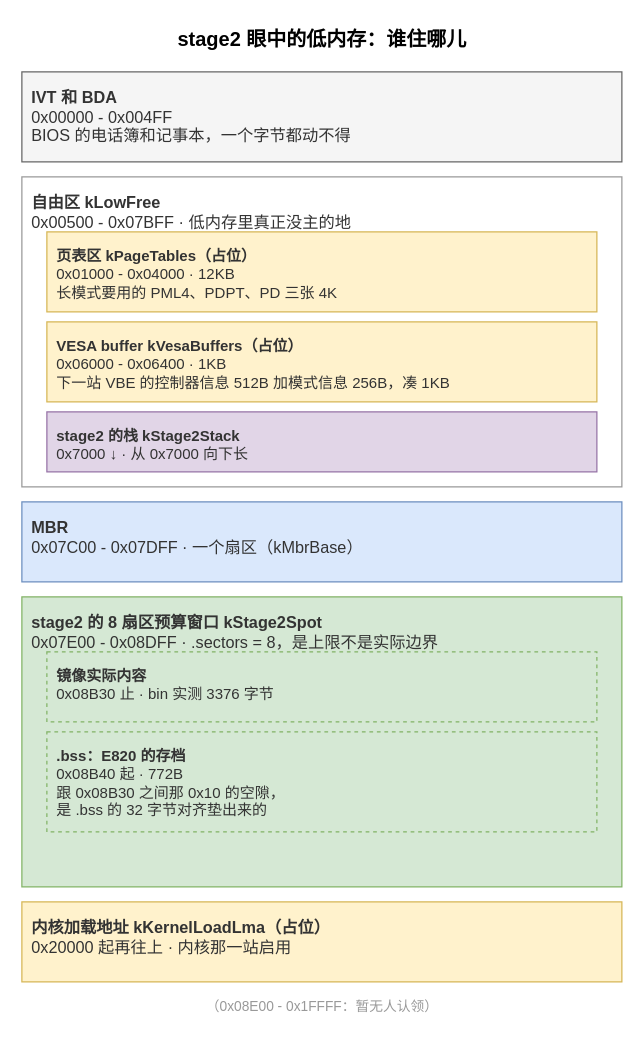
Above: document/journey/02-e820/assets/stage2-memory-map.drawio in Awesome-Embedded-Learning-Studio/Cinux-Book (draw.io), before the change. Source tidied: cells renumbered, new cells numbered last; positions are measured from the earlier drawing's top-left corner, leaving out a move shared by most shapes. Both pictures are drawn from the tidied source at 125%, with x=0, y=0 at pixel (21, 21).
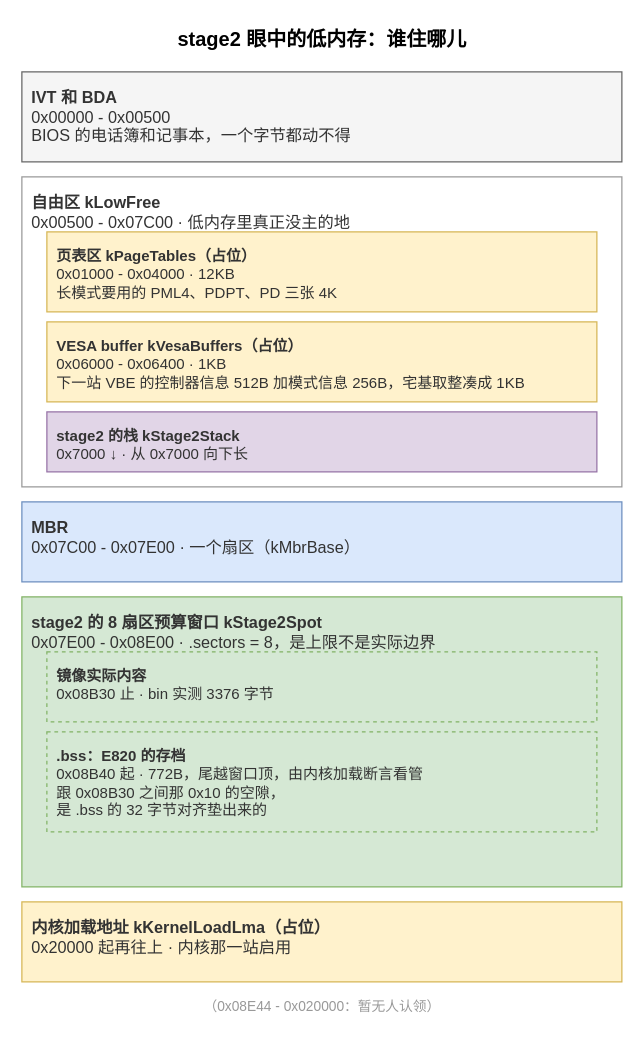
After the change.

The edit, as a diff of the source:
```diff
@@
 <mxGraphModel>
   <root>
     <mxCell id="0" />
     <mxCell id="1" parent="0" />
     <mxCell id="2" value="stage2 眼中的低内存：谁住哪儿" style="text;html=1;align=center;verticalAlign=middle;fontSize=16;fontStyle=1;" parent="1" vertex="1">
       <mxGeometry width="480" height="28" as="geometry" />
     </mxCell>
-    <mxCell id="3" value="&lt;b&gt;IVT 和 BDA&lt;/b&gt;&lt;br&gt;0x00000 - 0x004FF&lt;br&gt;BIOS 的电话簿和记事本，一个字节都动不得" style="rounded=0;whiteSpace=wrap;html=1;fillColor=#f5f5f5;strokeColor=#666666;align=left;verticalAlign=top;spacing=8;fontSize=13;fontColor=#333333;" parent="1" vertex="1">
+    <mxCell id="3" value="&lt;b&gt;IVT 和 BDA&lt;/b&gt;&lt;br&gt;0x00000 - 0x00500&lt;br&gt;BIOS 的电话簿和记事本，一个字节都动不得" style="rounded=0;whiteSpace=wrap;html=1;fillColor=#f5f5f5;strokeColor=#666666;align=left;verticalAlign=top;spacing=8;fontSize=13;fontColor=#333333;" parent="1" vertex="1">
       <mxGeometry y="40" width="480" height="72" as="geometry" />
     </mxCell>
-    <mxCell id="4" value="&lt;b&gt;自由区 kLowFree&lt;/b&gt;&lt;br&gt;0x00500 - 0x07BFF · 低内存里真正没主的地" style="rounded=0;whiteSpace=wrap;html=1;fillColor=#ffffff;strokeColor=#999999;align=left;verticalAlign=top;spacing=8;fontSize=13;fontColor=#333333;" parent="1" vertex="1">
+    <mxCell id="4" value="&lt;b&gt;自由区 kLowFree&lt;/b&gt;&lt;br&gt;0x00500 - 0x07C00 · 低内存里真正没主的地" style="rounded=0;whiteSpace=wrap;html=1;fillColor=#ffffff;strokeColor=#999999;align=left;verticalAlign=top;spacing=8;fontSize=13;fontColor=#333333;" parent="1" vertex="1">
       <mxGeometry y="124" width="480" height="248" as="geometry" />
     </mxCell>
     <mxCell id="5" value="&lt;b&gt;页表区 kPageTables（占位）&lt;/b&gt;&lt;br&gt;0x01000 - 0x04000 · 12KB&lt;br&gt;长模式要用的 PML4、PDPT、PD 三张 4K" style="rounded=0;whiteSpace=wrap;html=1;fillColor=#fff2cc;strokeColor=#d6b656;align=left;verticalAlign=top;spacing=8;fontSize=12;fontColor=#333333;" parent="1" vertex="1">
       <mxGeometry x="20" y="168" width="440" height="64" as="geometry" />
     </mxCell>
-    <mxCell id="6" value="&lt;b&gt;VESA buffer kVesaBuffers（占位）&lt;/b&gt;&lt;br&gt;0x06000 - 0x06400 · 1KB&lt;br&gt;下一站 VBE 的控制器信息 512B 加模式信息 256B，凑 1KB" style="rounded=0;whiteSpace=wrap;html=1;fillColor=#fff2cc;strokeColor=#d6b656;align=left;verticalAlign=top;spacing=8;fontSize=12;fontColor=#333333;" parent="1" vertex="1">
+    <mxCell id="6" value="&lt;b&gt;VESA buffer kVesaBuffers（占位）&lt;/b&gt;&lt;br&gt;0x06000 - 0x06400 · 1KB&lt;br&gt;下一站 VBE 的控制器信息 512B 加模式信息 256B，宅基取整凑成 1KB" style="rounded=0;whiteSpace=wrap;html=1;fillColor=#fff2cc;strokeColor=#d6b656;align=left;verticalAlign=top;spacing=8;fontSize=12;fontColor=#333333;" parent="1" vertex="1">
       <mxGeometry x="20" y="240" width="440" height="64" as="geometry" />
     </mxCell>
     <mxCell id="7" value="&lt;b&gt;stage2 的栈 kStage2Stack&lt;/b&gt;&lt;br&gt;0x7000 ↓ · 从 0x7000 向下长" style="rounded=0;whiteSpace=wrap;html=1;fillColor=#e1d5e7;strokeColor=#9673a6;align=left;verticalAlign=top;spacing=8;fontSize=12;fontColor=#333333;" parent="1" vertex="1">
       <mxGeometry x="20" y="312" width="440" height="48" as="geometry" />
     </mxCell>
-    <mxCell id="8" value="&lt;b&gt;MBR&lt;/b&gt;&lt;br&gt;0x07C00 - 0x07DFF · 一个扇区（kMbrBase）" style="rounded=0;whiteSpace=wrap;html=1;fillColor=#dae8fc;strokeColor=#6c8ebf;align=left;verticalAlign=top;spacing=8;fontSize=13;fontColor=#333333;" parent="1" vertex="1">
+    <mxCell id="8" value="&lt;b&gt;MBR&lt;/b&gt;&lt;br&gt;0x07C00 - 0x07E00 · 一个扇区（kMbrBase）" style="rounded=0;whiteSpace=wrap;html=1;fillColor=#dae8fc;strokeColor=#6c8ebf;align=left;verticalAlign=top;spacing=8;fontSize=13;fontColor=#333333;" parent="1" vertex="1">
       <mxGeometry y="384" width="480" height="64" as="geometry" />
     </mxCell>
-    <mxCell id="9" value="&lt;b&gt;stage2 的 8 扇区预算窗口 kStage2Spot&lt;/b&gt;&lt;br&gt;0x07E00 - 0x08DFF · .sectors = 8，是上限不是实际边界" style="rounded=0;whiteSpace=wrap;html=1;fillColor=#d5e8d4;strokeColor=#82b366;align=left;verticalAlign=top;spacing=8;fontSize=13;fontColor=#333333;" parent="1" vertex="1">
+    <mxCell id="9" value="&lt;b&gt;stage2 的 8 扇区预算窗口 kStage2Spot&lt;/b&gt;&lt;br&gt;0x07E00 - 0x08E00 · .sectors = 8，是上限不是实际边界" style="rounded=0;whiteSpace=wrap;html=1;fillColor=#d5e8d4;strokeColor=#82b366;align=left;verticalAlign=top;spacing=8;fontSize=13;fontColor=#333333;" parent="1" vertex="1">
       <mxGeometry y="460" width="480" height="232" as="geometry" />
     </mxCell>
     <mxCell id="10" value="&lt;b&gt;镜像实际内容&lt;/b&gt;&lt;br&gt;0x08B30 止 · bin 实测 3376 字节" style="rounded=0;whiteSpace=wrap;html=1;fillColor=#d5e8d4;strokeColor=#82b366;align=left;verticalAlign=top;spacing=8;fontSize=12;fontColor=#333333;dashed=1;" parent="1" vertex="1">
       <mxGeometry x="20" y="504" width="440" height="56" as="geometry" />
     </mxCell>
-    <mxCell id="11" value="&lt;b&gt;.bss：E820 的存档&lt;/b&gt;&lt;br&gt;0x08B40 起 · 772B&lt;br&gt;跟 0x08B30 之间那 0x10 的空隙，&lt;br&gt;是 .bss 的 32 字节对齐垫出来的" style="rounded=0;whiteSpace=wrap;html=1;fillColor=#d5e8d4;strokeColor=#82b366;align=left;verticalAlign=top;spacing=8;fontSize=12;fontColor=#333333;dashed=1;" parent="1" vertex="1">
+    <mxCell id="11" value="&lt;b&gt;.bss：E820 的存档&lt;/b&gt;&lt;br&gt;0x08B40 起 · 772B，尾越窗口顶，由内核加载断言看管&lt;br&gt;跟 0x08B30 之间那 0x10 的空隙，&lt;br&gt;是 .bss 的 32 字节对齐垫出来的" style="rounded=0;whiteSpace=wrap;html=1;fillColor=#d5e8d4;strokeColor=#82b366;align=left;verticalAlign=top;spacing=8;fontSize=12;fontColor=#333333;dashed=1;" parent="1" vertex="1">
       <mxGeometry x="20" y="568" width="440" height="80" as="geometry" />
     </mxCell>
     <mxCell id="12" value="&lt;b&gt;内核加载地址 kKernelLoadLma（占位）&lt;/b&gt;&lt;br&gt;0x20000 起再往上 · 内核那一站启用" style="rounded=0;whiteSpace=wrap;html=1;fillColor=#fff2cc;strokeColor=#d6b656;align=left;verticalAlign=top;spacing=8;fontSize=13;fontColor=#333333;" parent="1" vertex="1">
       <mxGeometry y="704" width="480" height="64" as="geometry" />
     </mxCell>
-    <mxCell id="13" value="（0x08E00 - 0x1FFFF：暂无人认领）" style="text;html=1;align=center;verticalAlign=middle;fontSize=11;fontColor=#999999;" parent="1" vertex="1">
+    <mxCell id="13" value="（0x08E44 - 0x020000：暂无人认领）" style="text;html=1;align=center;verticalAlign=middle;fontSize=11;fontColor=#999999;" parent="1" vertex="1">
       <mxGeometry y="776" width="480" height="24" as="geometry" />
     </mxCell>
   </root>
 </mxGraphModel>
```
